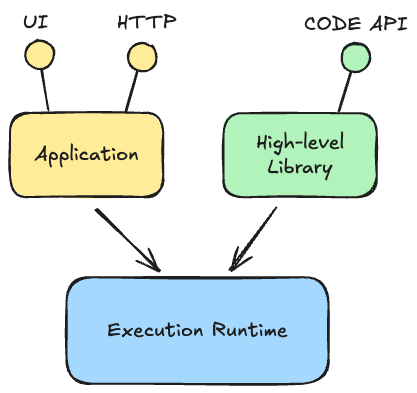
Before: azuredevsummit-2025/graphics/running-slms2.excalidraw.png, a diagram exported from Excalidraw (filipw/filipw.github.io). Source tidied: one line per element, renumbered; positions are measured from the earlier drawing's top-left corner, leaving out a move shared by most shapes. The source it was exported from:
```json
{"id": 0, "type": "rectangle", "strokeColor": "#1e1e1e", "backgroundColor": "#a5d8ff", "fillStyle": "solid", "strokeWidth": 2, "roughness": 1, "round": true, "x": 56, "y": 267, "width": 262, "height": 106}
{"id": 1, "type": "text", "text": "Execution Runtime", "strokeColor": "#1e1e1e", "strokeWidth": 2, "roughness": 1, "fontSize": 20, "fontFamily": 5, "textAlign": "center", "verticalAlign": "middle", "inside": 0, "x": 110, "y": 308, "width": 155, "height": 25}
{"id": 2, "type": "rectangle", "strokeColor": "#1e1e1e", "backgroundColor": "#ffec99", "fillStyle": "solid", "strokeWidth": 2, "roughness": 1, "round": true, "x": 0, "y": 103, "width": 153, "height": 84}
{"id": 3, "type": "text", "text": "Application", "strokeColor": "#1e1e1e", "backgroundColor": "#a5d8ff", "fillStyle": "solid", "strokeWidth": 2, "roughness": 1, "fontSize": 20, "fontFamily": 5, "textAlign": "center", "verticalAlign": "middle", "inside": 2, "x": 29, "y": 132, "width": 94, "height": 25}
{"id": 4, "type": "line", "strokeColor": "#1e1e1e", "backgroundColor": "#ffec99", "fillStyle": "solid", "strokeWidth": 2, "roughness": 1, "round": true, "x": 32, "y": 60, "width": 7, "height": 40, "points": [[0, 0], [7, 40]]}
{"id": 5, "type": "ellipse", "strokeColor": "#1e1e1e", "backgroundColor": "#ffec99", "fillStyle": "solid", "strokeWidth": 2, "roughness": 1, "round": true, "x": 16, "y": 30, "width": 29, "height": 29}
{"id": 6, "type": "line", "strokeColor": "#1e1e1e", "angle": 0.45, "backgroundColor": "#ffec99", "fillStyle": "solid", "strokeWidth": 2, "roughness": 1, "round": true, "x": 118, "y": 62, "width": 7, "height": 40, "points": [[0, 0], [7, 40]]}
{"id": 7, "type": "ellipse", "strokeColor": "#1e1e1e", "angle": 0.45, "backgroundColor": "#ffec99", "fillStyle": "solid", "strokeWidth": 2, "roughness": 1, "round": true, "x": 118, "y": 33, "width": 29, "height": 29}
{"id": 8, "type": "rectangle", "strokeColor": "#1e1e1e", "backgroundColor": "#b2f2bb", "fillStyle": "solid", "strokeWidth": 2, "roughness": 1, "round": true, "x": 214, "y": 103, "width": 153, "height": 84}
{"id": 9, "type": "text", "text": "High-level\nLibrary", "strokeColor": "#1e1e1e", "backgroundColor": "#a5d8ff", "fillStyle": "solid", "strokeWidth": 2, "roughness": 1, "fontSize": 20, "fontFamily": 5, "textAlign": "center", "verticalAlign": "middle", "inside": 8, "x": 247, "y": 120, "width": 86, "height": 50}
{"id": 10, "type": "line", "strokeColor": "#1e1e1e", "angle": 0.45, "backgroundColor": "#b2f2bb", "fillStyle": "solid", "strokeWidth": 2, "roughness": 1, "round": true, "x": 332, "y": 62, "width": 7, "height": 40, "points": [[0, 0], [7, 40]]}
{"id": 11, "type": "ellipse", "strokeColor": "#1e1e1e", "angle": 0.45, "backgroundColor": "#b2f2bb", "fillStyle": "solid", "strokeWidth": 2, "roughness": 1, "round": true, "x": 332, "y": 33, "width": 29, "height": 29}
{"id": 12, "type": "arrow", "strokeColor": "#1e1e1e", "backgroundColor": "#b2f2bb", "fillStyle": "solid", "strokeWidth": 2, "roughness": 1, "endArrowhead": "arrow", "round": true, "from": 2, "to": 0, "x": 86, "y": 200, "width": 64, "height": 61, "points": [[0, 0], [64, 61]]}
{"id": 13, "type": "arrow", "strokeColor": "#1e1e1e", "backgroundColor": "#b2f2bb", "fillStyle": "solid", "strokeWidth": 2, "roughness": 1, "endArrowhead": "arrow", "round": true, "from": 8, "to": 0, "x": 266, "y": 198, "width": 46, "height": 63, "points": [[0, 0], [-46, 63]]}
{"id": 14, "type": "text", "text": "UI", "strokeColor": "#1e1e1e", "backgroundColor": "#b2f2bb", "fillStyle": "solid", "strokeWidth": 2, "roughness": 1, "fontSize": 20, "fontFamily": 5, "x": 13, "y": 0, "width": 25, "height": 25}
{"id": 15, "type": "text", "text": "HTTP", "strokeColor": "#1e1e1e", "backgroundColor": "#b2f2bb", "fillStyle": "solid", "strokeWidth": 2, "roughness": 1, "fontSize": 20, "fontFamily": 5, "x": 107, "y": 1, "width": 60, "height": 25}
{"id": 16, "type": "text", "text": "CODE API", "strokeColor": "#1e1e1e", "backgroundColor": "#b2f2bb", "fillStyle": "solid", "strokeWidth": 2, "roughness": 1, "fontSize": 20, "fontFamily": 5, "x": 294, "y": 2, "width": 104, "height": 25}
```
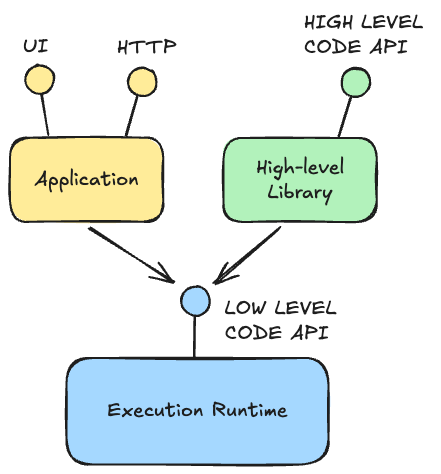
The same diagram one commit later.

The edit, as a diff of the source:
```diff
@@ -1,5 +1,5 @@
-{"id": 0, "type": "rectangle", "strokeColor": "#1e1e1e", "backgroundColor": "#a5d8ff", "fillStyle": "solid", "strokeWidth": 2, "roughness": 1, "round": true, "x": 56, "y": 267, "width": 262, "height": 106}
+{"id": 0, "type": "rectangle", "strokeColor": "#1e1e1e", "backgroundColor": "#a5d8ff", "fillStyle": "solid", "strokeWidth": 2, "roughness": 1, "round": true, "x": 56, "y": 323, "width": 262, "height": 106}
-{"id": 1, "type": "text", "text": "Execution Runtime", "strokeColor": "#1e1e1e", "strokeWidth": 2, "roughness": 1, "fontSize": 20, "fontFamily": 5, "textAlign": "center", "verticalAlign": "middle", "inside": 0, "x": 110, "y": 308, "width": 155, "height": 25}
+{"id": 1, "type": "text", "text": "Execution Runtime", "strokeColor": "#1e1e1e", "strokeWidth": 2, "roughness": 1, "fontSize": 20, "fontFamily": 5, "textAlign": "center", "verticalAlign": "middle", "inside": 0, "x": 110, "y": 364, "width": 155, "height": 25}
 {"id": 2, "type": "rectangle", "strokeColor": "#1e1e1e", "backgroundColor": "#ffec99", "fillStyle": "solid", "strokeWidth": 2, "roughness": 1, "round": true, "x": 0, "y": 103, "width": 153, "height": 84}
 {"id": 3, "type": "text", "text": "Application", "strokeColor": "#1e1e1e", "backgroundColor": "#a5d8ff", "fillStyle": "solid", "strokeWidth": 2, "roughness": 1, "fontSize": 20, "fontFamily": 5, "textAlign": "center", "verticalAlign": "middle", "inside": 2, "x": 29, "y": 132, "width": 94, "height": 25}
 {"id": 4, "type": "line", "strokeColor": "#1e1e1e", "backgroundColor": "#ffec99", "fillStyle": "solid", "strokeWidth": 2, "roughness": 1, "round": true, "x": 32, "y": 60, "width": 7, "height": 40, "points": [[0, 0], [7, 40]]}
@@ -10,8 +10,11 @@
 {"id": 9, "type": "text", "text": "High-level\nLibrary", "strokeColor": "#1e1e1e", "backgroundColor": "#a5d8ff", "fillStyle": "solid", "strokeWidth": 2, "roughness": 1, "fontSize": 20, "fontFamily": 5, "textAlign": "center", "verticalAlign": "middle", "inside": 8, "x": 247, "y": 120, "width": 86, "height": 50}
 {"id": 10, "type": "line", "strokeColor": "#1e1e1e", "angle": 0.45, "backgroundColor": "#b2f2bb", "fillStyle": "solid", "strokeWidth": 2, "roughness": 1, "round": true, "x": 332, "y": 62, "width": 7, "height": 40, "points": [[0, 0], [7, 40]]}
 {"id": 11, "type": "ellipse", "strokeColor": "#1e1e1e", "angle": 0.45, "backgroundColor": "#b2f2bb", "fillStyle": "solid", "strokeWidth": 2, "roughness": 1, "round": true, "x": 332, "y": 33, "width": 29, "height": 29}
-{"id": 12, "type": "arrow", "strokeColor": "#1e1e1e", "backgroundColor": "#b2f2bb", "fillStyle": "solid", "strokeWidth": 2, "roughness": 1, "endArrowhead": "arrow", "round": true, "from": 2, "to": 0, "x": 86, "y": 200, "width": 64, "height": 61, "points": [[0, 0], [64, 61]]}
+{"id": 12, "type": "arrow", "strokeColor": "#1e1e1e", "backgroundColor": "#b2f2bb", "fillStyle": "solid", "strokeWidth": 2, "roughness": 1, "endArrowhead": "arrow", "round": true, "from": 2, "to": 18, "x": 79, "y": 194, "width": 85, "height": 54, "points": [[0, 0], [85, 54]]}
-{"id": 13, "type": "arrow", "strokeColor": "#1e1e1e", "backgroundColor": "#b2f2bb", "fillStyle": "solid", "strokeWidth": 2, "roughness": 1, "endArrowhead": "arrow", "round": true, "from": 8, "to": 0, "x": 266, "y": 198, "width": 46, "height": 63, "points": [[0, 0], [-46, 63]]}
+{"id": 13, "type": "arrow", "strokeColor": "#1e1e1e", "backgroundColor": "#b2f2bb", "fillStyle": "solid", "strokeWidth": 2, "roughness": 1, "endArrowhead": "arrow", "round": true, "from": 8, "to": 18, "x": 270, "y": 193, "width": 66, "height": 56, "points": [[0, 0], [-66, 56]]}
 {"id": 14, "type": "text", "text": "UI", "strokeColor": "#1e1e1e", "backgroundColor": "#b2f2bb", "fillStyle": "solid", "strokeWidth": 2, "roughness": 1, "fontSize": 20, "fontFamily": 5, "x": 13, "y": 0, "width": 25, "height": 25}
 {"id": 15, "type": "text", "text": "HTTP", "strokeColor": "#1e1e1e", "backgroundColor": "#b2f2bb", "fillStyle": "solid", "strokeWidth": 2, "roughness": 1, "fontSize": 20, "fontFamily": 5, "x": 107, "y": 1, "width": 60, "height": 25}
-{"id": 16, "type": "text", "text": "CODE API", "strokeColor": "#1e1e1e", "backgroundColor": "#b2f2bb", "fillStyle": "solid", "strokeWidth": 2, "roughness": 1, "fontSize": 20, "fontFamily": 5, "x": 294, "y": 2, "width": 104, "height": 25}
+{"id": 16, "type": "text", "text": "HIGH LEVEL \nCODE API", "strokeColor": "#1e1e1e", "backgroundColor": "#b2f2bb", "fillStyle": "solid", "strokeWidth": 2, "roughness": 1, "fontSize": 20, "fontFamily": 5, "x": 294, "y": -25, "width": 127, "height": 50}
+{"id": 17, "type": "line", "strokeColor": "#1e1e1e", "angle": 0.17, "backgroundColor": "#a5d8ff", "fillStyle": "solid", "strokeWidth": 2, "roughness": 1, "round": true, "x": 181, "y": 282, "width": 7, "height": 40, "points": [[0, 0], [7, 40]]}
+{"id": 18, "type": "ellipse", "strokeColor": "#1e1e1e", "angle": 0.17, "backgroundColor": "#a5d8ff", "fillStyle": "solid", "strokeWidth": 2, "roughness": 1, "round": true, "x": 171, "y": 252, "width": 29, "height": 29}
+{"id": 19, "type": "text", "text": "LOW LEVEL \nCODE API", "strokeColor": "#1e1e1e", "backgroundColor": "#b2f2bb", "fillStyle": "solid", "strokeWidth": 2, "roughness": 1, "fontSize": 20, "fontFamily": 5, "x": 215, "y": 262, "width": 120, "height": 50}
```
